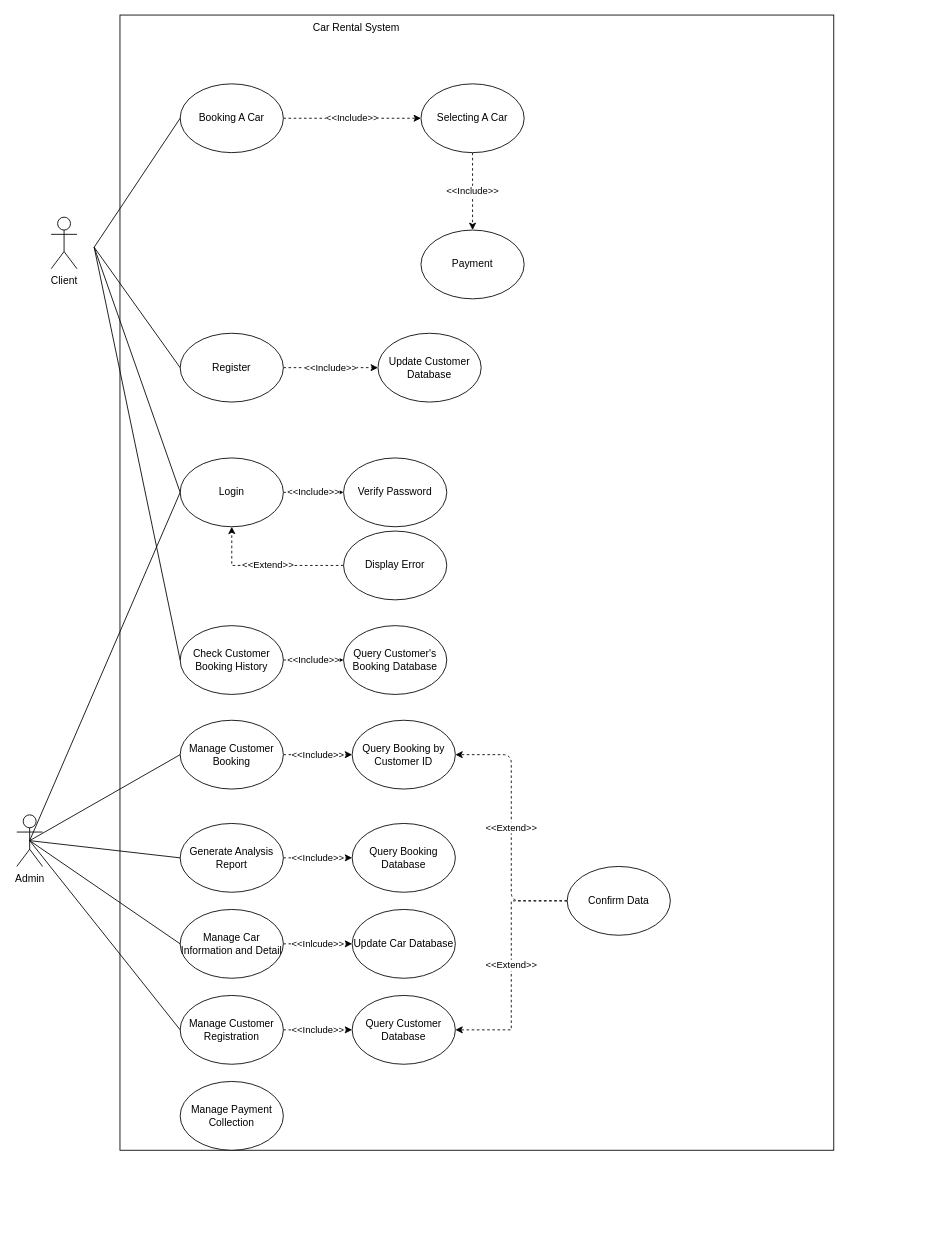
Above: resources/useCaseDiagram.drawio in keyboard-jo/java-project (draw.io), before the change. Source tidied: cells renumbered, new cells numbered last; positions are measured from the earlier drawing's top-left corner, leaving out a move shared by most shapes. Both pictures are drawn from the tidied source at 86%, with x=0, y=0 at pixel (16, 15).
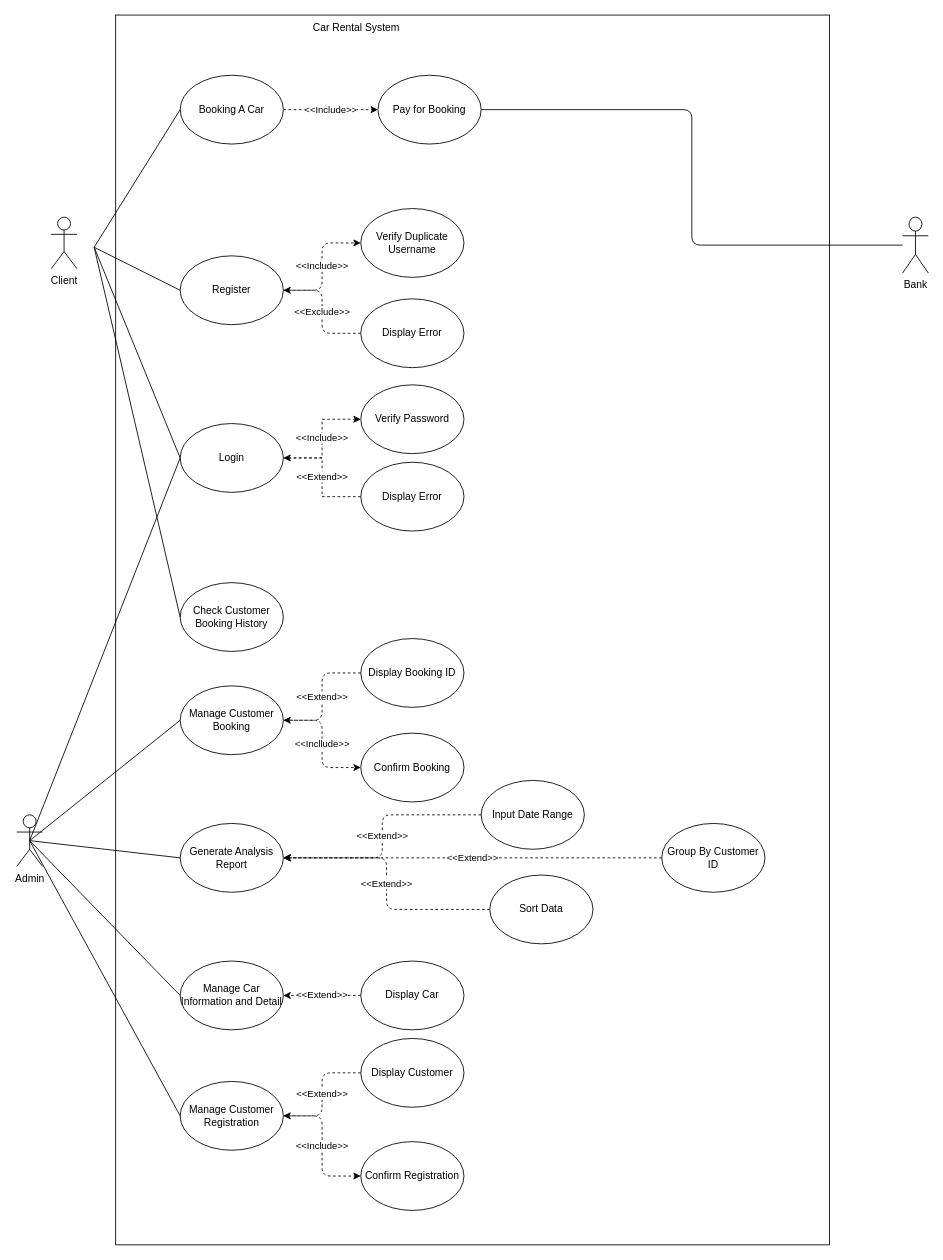
The same diagram, later.

Commit message (it also covers changes not shown here):
update usecasediagram and car database

The change refers to these unchanged cells:
```xml
<mxCell id="24" value="Generate Analysis Report" style="ellipse;whiteSpace=wrap;html=1;" parent="1" vertex="1">
  <mxGeometry x="190" y="940" width="120" height="80" as="geometry" />
</mxCell>
```

Diff of the diagram source:
```diff
@@
     <mxCell id="2" style="rounded=0;whiteSpace=wrap;html=1;" parent="1" vertex="1">
-      <mxGeometry x="120" width="830" height="1320" as="geometry" />
+      <mxGeometry x="115" width="830" height="1430" as="geometry" />
     </mxCell>
@@
-    <mxCell id="4" value="&amp;lt;&amp;lt;Include&amp;gt;&amp;gt;" style="edgeStyle=orthogonalEdgeStyle;rounded=0;jettySize=auto;html=1;dashed=1;startArrow=none;startFill=0;endArrow=classic;endFill=1;" parent="1" edge="1" source="5" target="46">
-      <mxGeometry relative="1" as="geometry" />
-    </mxCell>
+    <mxCell id="47" value="&amp;lt;&amp;lt;Include&amp;gt;&amp;gt;" style="edgeStyle=orthogonalEdgeStyle;html=1;entryX=0;entryY=0.5;entryDx=0;entryDy=0;dashed=1;" parent="1" edge="1" source="5" target="54">
+      <mxGeometry relative="1" as="geometry" />
+    </mxCell>
     <mxCell id="5" value="Register" style="ellipse;whiteSpace=wrap;html=1;" parent="1" vertex="1">
-      <mxGeometry x="190" y="370" width="120" height="80" as="geometry" />
+      <mxGeometry x="190" y="280" width="120" height="80" as="geometry" />
     </mxCell>
@@
     <mxCell id="7" value="Login" style="ellipse;whiteSpace=wrap;html=1;" parent="1" vertex="1">
-      <mxGeometry x="190" y="515" width="120" height="80" as="geometry" />
+      <mxGeometry x="190" y="475" width="120" height="80" as="geometry" />
     </mxCell>
-    <mxCell id="8" value="&amp;lt;&amp;lt;Include&amp;gt;&amp;gt;" style="edgeStyle=orthogonalEdgeStyle;rounded=0;jettySize=auto;html=1;entryX=0;entryY=0.5;entryDx=0;entryDy=0;dashed=1;startArrow=none;startFill=0;endArrow=classic;endFill=1;" parent="1" edge="1" source="9" target="18">
-      <mxGeometry relative="1" as="geometry" />
-    </mxCell>
+    <mxCell id="48" value="&amp;lt;&amp;lt;Include&amp;gt;&amp;gt;" style="edgeStyle=none;html=1;entryX=0;entryY=0.5;entryDx=0;entryDy=0;dashed=1;" parent="1" edge="1" source="9" target="69">
+      <mxGeometry relative="1" as="geometry" />
+    </mxCell>
     <mxCell id="9" value="Booking A Car" style="ellipse;whiteSpace=wrap;html=1;" parent="1" vertex="1">
-      <mxGeometry x="190" y="80" width="120" height="80" as="geometry" />
+      <mxGeometry x="190" y="70" width="120" height="80" as="geometry" />
     </mxCell>
-    <mxCell id="10" value="Payment" style="ellipse;whiteSpace=wrap;html=1;" parent="1" vertex="1">
-      <mxGeometry x="470" y="250" width="120" height="80" as="geometry" />
-    </mxCell>
-    <mxCell id="11" value="&amp;lt;&amp;lt;Inlcude&amp;gt;&amp;gt;" style="edgeStyle=orthogonalEdgeStyle;rounded=0;jettySize=auto;html=1;dashed=1;startArrow=none;startFill=0;endArrow=classic;endFill=1;" parent="1" edge="1" source="12" target="41">
-      <mxGeometry relative="1" as="geometry" />
-    </mxCell>
     <mxCell id="12" value="Manage Car Information and Detail" style="ellipse;whiteSpace=wrap;html=1;" parent="1" vertex="1">
-      <mxGeometry x="190" y="1040" width="120" height="80" as="geometry" />
+      <mxGeometry x="190" y="1100" width="120" height="80" as="geometry" />
     </mxCell>
@@
     <mxCell id="16" value="Verify Password" style="ellipse;whiteSpace=wrap;html=1;" parent="1" vertex="1">
-      <mxGeometry x="380" y="515" width="120" height="80" as="geometry" />
+      <mxGeometry x="400" y="430" width="120" height="80" as="geometry" />
     </mxCell>
-    <mxCell id="17" value="&amp;lt;&amp;lt;Include&amp;gt;&amp;gt;" style="edgeStyle=orthogonalEdgeStyle;rounded=0;jettySize=auto;html=1;entryX=0.5;entryY=0;entryDx=0;entryDy=0;dashed=1;startArrow=none;startFill=0;endArrow=classic;endFill=1;" parent="1" edge="1" source="18" target="10">
-      <mxGeometry relative="1" as="geometry" />
-    </mxCell>
-    <mxCell id="18" value="Selecting A Car" style="ellipse;whiteSpace=wrap;html=1;" parent="1" vertex="1">
-      <mxGeometry x="470" y="80" width="120" height="80" as="geometry" />
-    </mxCell>
@@
-    <mxCell id="21" value="&amp;lt;&amp;lt;Include&amp;gt;&amp;gt;" style="edgeStyle=orthogonalEdgeStyle;rounded=0;jettySize=auto;html=1;entryX=0;entryY=0.5;entryDx=0;entryDy=0;startArrow=none;startFill=0;endArrow=classic;endFill=1;dashed=1;" parent="1" edge="1" source="22" target="38">
-      <mxGeometry relative="1" as="geometry" />
-    </mxCell>
     <mxCell id="22" value="Check Customer Booking History" style="ellipse;whiteSpace=wrap;html=1;" parent="1" vertex="1">
-      <mxGeometry x="190" y="710" width="120" height="80" as="geometry" />
+      <mxGeometry x="190" y="660" width="120" height="80" as="geometry" />
     </mxCell>
-    <mxCell id="23" value="&amp;lt;&amp;lt;Include&amp;gt;&amp;gt;" style="edgeStyle=orthogonalEdgeStyle;rounded=0;jettySize=auto;html=1;entryX=0;entryY=0.5;entryDx=0;entryDy=0;dashed=1;startArrow=none;startFill=0;endArrow=classic;endFill=1;" parent="1" edge="1" source="24" target="40">
-      <mxGeometry relative="1" as="geometry" />
-    </mxCell>
@@
-    <mxCell id="27" value="&amp;lt;&amp;lt;Include&amp;gt;&amp;gt;" style="edgeStyle=orthogonalEdgeStyle;rounded=0;jettySize=auto;html=1;dashed=1;startArrow=none;startFill=0;endArrow=classic;endFill=1;" parent="1" edge="1" source="28" target="39">
-      <mxGeometry relative="1" as="geometry" />
-    </mxCell>
+    <mxCell id="49" value="&amp;lt;&amp;lt;Incllude&amp;gt;&amp;gt;" style="edgeStyle=orthogonalEdgeStyle;html=1;entryX=0;entryY=0.5;entryDx=0;entryDy=0;dashed=1;" parent="1" edge="1" source="28" target="51">
+      <mxGeometry relative="1" as="geometry" />
+    </mxCell>
     <mxCell id="28" value="Manage Customer Booking" style="ellipse;whiteSpace=wrap;html=1;" parent="1" vertex="1">
-      <mxGeometry x="190" y="820" width="120" height="80" as="geometry" />
+      <mxGeometry x="190" y="780" width="120" height="80" as="geometry" />
     </mxCell>
-    <mxCell id="29" value="&amp;lt;&amp;lt;Include&amp;gt;&amp;gt;" style="edgeStyle=orthogonalEdgeStyle;rounded=0;jettySize=auto;html=1;dashed=1;startArrow=none;startFill=0;endArrow=classic;endFill=1;" parent="1" edge="1" source="30" target="42">
-      <mxGeometry relative="1" as="geometry" />
-    </mxCell>
+    <mxCell id="50" value="&amp;lt;&amp;lt;Include&amp;gt;&amp;gt;" style="edgeStyle=orthogonalEdgeStyle;html=1;entryX=0;entryY=0.5;entryDx=0;entryDy=0;dashed=1;" parent="1" edge="1" source="30" target="45">
+      <mxGeometry relative="1" as="geometry" />
+    </mxCell>
     <mxCell id="30" value="Manage Customer Registration" style="ellipse;whiteSpace=wrap;html=1;" parent="1" vertex="1">
-      <mxGeometry x="190" y="1140" width="120" height="80" as="geometry" />
+      <mxGeometry x="190" y="1240" width="120" height="80" as="geometry" />
     </mxCell>
-    <mxCell id="31" value="Manage Payment Collection" style="ellipse;whiteSpace=wrap;html=1;" parent="1" vertex="1">
-      <mxGeometry x="190" y="1240" width="120" height="80" as="geometry" />
-    </mxCell>
@@
-    <mxCell id="34" value="&amp;lt;&amp;lt;Extend&amp;gt;&amp;gt;" style="edgeStyle=orthogonalEdgeStyle;rounded=0;jettySize=auto;html=1;entryX=0.5;entryY=1;entryDx=0;entryDy=0;dashed=1;startArrow=none;startFill=0;endArrow=classic;endFill=1;" parent="1" edge="1" source="35" target="7">
+    <mxCell id="34" value="&amp;lt;&amp;lt;Extend&amp;gt;&amp;gt;" style="edgeStyle=orthogonalEdgeStyle;rounded=0;jettySize=auto;html=1;entryX=1;entryY=0.5;entryDx=0;entryDy=0;dashed=1;startArrow=none;startFill=0;endArrow=classic;endFill=1;" parent="1" edge="1" source="35" target="7">
       <mxGeometry relative="1" as="geometry" />
     </mxCell>
     <mxCell id="35" value="Display Error" style="ellipse;whiteSpace=wrap;html=1;" parent="1" vertex="1">
-      <mxGeometry x="380" y="600" width="120" height="80" as="geometry" />
+      <mxGeometry x="400" y="520" width="120" height="80" as="geometry" />
     </mxCell>
@@
-    <mxCell id="38" value="Query Customer's Booking Database" style="ellipse;whiteSpace=wrap;html=1;" parent="1" vertex="1">
-      <mxGeometry x="380" y="710" width="120" height="80" as="geometry" />
-    </mxCell>
-    <mxCell id="39" value="Query Booking by Customer ID" style="ellipse;whiteSpace=wrap;html=1;" parent="1" vertex="1">
-      <mxGeometry x="390" y="820" width="120" height="80" as="geometry" />
-    </mxCell>
-    <mxCell id="40" value="Query Booking Database" style="ellipse;whiteSpace=wrap;html=1;" parent="1" vertex="1">
-      <mxGeometry x="390" y="940" width="120" height="80" as="geometry" />
-    </mxCell>
-    <mxCell id="41" value="Update Car Database" style="ellipse;whiteSpace=wrap;html=1;" parent="1" vertex="1">
-      <mxGeometry x="390" y="1040" width="120" height="80" as="geometry" />
-    </mxCell>
-    <mxCell id="42" value="Query Customer Database" style="ellipse;whiteSpace=wrap;html=1;" parent="1" vertex="1">
-      <mxGeometry x="390" y="1140" width="120" height="80" as="geometry" />
-    </mxCell>
-    <mxCell id="43" value="&amp;lt;&amp;lt;Extend&amp;gt;&amp;gt;" style="edgeStyle=orthogonalEdgeStyle;rounded=0;jettySize=auto;html=1;entryX=1;entryY=0.5;entryDx=0;entryDy=0;dashed=1;startArrow=none;startFill=0;endArrow=classic;endFill=1;" parent="1" edge="1" source="45" target="42">
-      <mxGeometry relative="1" as="geometry" />
-    </mxCell>
-    <mxCell id="44" value="&amp;lt;&amp;lt;Extend&amp;gt;&amp;gt;" style="edgeStyle=orthogonalEdgeStyle;html=1;entryX=1;entryY=0.5;entryDx=0;entryDy=0;dashed=1;" parent="1" edge="1" source="45" target="39">
-      <mxGeometry relative="1" as="geometry" />
-    </mxCell>
-    <mxCell id="45" value="Confirm Data" style="ellipse;whiteSpace=wrap;html=1;" parent="1" vertex="1">
-      <mxGeometry x="640" y="990" width="120" height="80" as="geometry" />
+    <mxCell id="45" value="Confirm Registration" style="ellipse;whiteSpace=wrap;html=1;" parent="1" vertex="1">
+      <mxGeometry x="400" y="1310" width="120" height="80" as="geometry" />
     </mxCell>
-    <mxCell id="46" value="Update Customer Database" style="ellipse;whiteSpace=wrap;html=1;" parent="1" vertex="1">
-      <mxGeometry x="420" y="370" width="120" height="80" as="geometry" />
-    </mxCell>
+    <mxCell id="51" value="Confirm Booking" style="ellipse;whiteSpace=wrap;html=1;" parent="1" vertex="1">
+      <mxGeometry x="400" y="835" width="120" height="80" as="geometry" />
+    </mxCell>
+    <mxCell id="52" value="&amp;lt;&amp;lt;Extend&amp;gt;&amp;gt;" style="edgeStyle=orthogonalEdgeStyle;html=1;entryX=1;entryY=0.5;entryDx=0;entryDy=0;dashed=1;" parent="1" edge="1" source="53" target="28">
+      <mxGeometry relative="1" as="geometry" />
+    </mxCell>
+    <mxCell id="53" value="Display Booking ID" style="ellipse;whiteSpace=wrap;html=1;" parent="1" vertex="1">
+      <mxGeometry x="400" y="725" width="120" height="80" as="geometry" />
+    </mxCell>
+    <mxCell id="54" value="Verify Duplicate Username" style="ellipse;whiteSpace=wrap;html=1;" parent="1" vertex="1">
+      <mxGeometry x="400" y="225" width="120" height="80" as="geometry" />
+    </mxCell>
+    <mxCell id="55" value="&amp;lt;&amp;lt;Exclude&amp;gt;&amp;gt;" style="edgeStyle=orthogonalEdgeStyle;html=1;entryX=1;entryY=0.5;entryDx=0;entryDy=0;dashed=1;" parent="1" edge="1" source="56" target="5">
+      <mxGeometry relative="1" as="geometry" />
+    </mxCell>
+    <mxCell id="56" value="Display Error" style="ellipse;whiteSpace=wrap;html=1;" parent="1" vertex="1">
+      <mxGeometry x="400" y="330" width="120" height="80" as="geometry" />
+    </mxCell>
+    <mxCell id="57" value="&amp;lt;&amp;lt;Extend&amp;gt;&amp;gt;" style="edgeStyle=orthogonalEdgeStyle;html=1;entryX=1;entryY=0.5;entryDx=0;entryDy=0;dashed=1;" parent="1" edge="1" source="58" target="30">
+      <mxGeometry relative="1" as="geometry" />
+    </mxCell>
+    <mxCell id="58" value="Display Customer" style="ellipse;whiteSpace=wrap;html=1;" parent="1" vertex="1">
+      <mxGeometry x="400" y="1190" width="120" height="80" as="geometry" />
+    </mxCell>
+    <mxCell id="59" style="edgeStyle=orthogonalEdgeStyle;html=1;entryX=1;entryY=0.5;entryDx=0;entryDy=0;endArrow=none;endFill=0;" parent="1" edge="1" source="60" target="69">
+      <mxGeometry relative="1" as="geometry" />
+    </mxCell>
+    <mxCell id="60" value="Bank" style="shape=umlActor;verticalLabelPosition=bottom;verticalAlign=top;html=1;outlineConnect=0;" parent="1" vertex="1">
+      <mxGeometry x="1030" y="235" width="30" height="65" as="geometry" />
+    </mxCell>
+    <mxCell id="61" value="&amp;lt;&amp;lt;Extend&amp;gt;&amp;gt;" style="edgeStyle=orthogonalEdgeStyle;html=1;entryX=1;entryY=0.5;entryDx=0;entryDy=0;dashed=1;" parent="1" edge="1" source="62" target="12">
+      <mxGeometry relative="1" as="geometry" />
+    </mxCell>
+    <mxCell id="62" value="Display Car" style="ellipse;whiteSpace=wrap;html=1;" parent="1" vertex="1">
+      <mxGeometry x="400" y="1100" width="120" height="80" as="geometry" />
+    </mxCell>
+    <mxCell id="63" value="&amp;lt;&amp;lt;Extend&amp;gt;&amp;gt;" style="edgeStyle=orthogonalEdgeStyle;html=1;dashed=1;" parent="1" edge="1" source="64" target="24">
+      <mxGeometry relative="1" as="geometry" />
+    </mxCell>
+    <mxCell id="64" value="Input Date Range" style="ellipse;whiteSpace=wrap;html=1;" parent="1" vertex="1">
+      <mxGeometry x="540" y="890" width="120" height="80" as="geometry" />
+    </mxCell>
+    <mxCell id="65" value="&amp;lt;&amp;lt;Extend&amp;gt;&amp;gt;" style="edgeStyle=orthogonalEdgeStyle;html=1;entryX=1;entryY=0.5;entryDx=0;entryDy=0;dashed=1;" parent="1" edge="1" source="66" target="24">
+      <mxGeometry relative="1" as="geometry" />
+    </mxCell>
+    <mxCell id="66" value="Group By Customer ID" style="ellipse;whiteSpace=wrap;html=1;" parent="1" vertex="1">
+      <mxGeometry x="750" y="940" width="120" height="80" as="geometry" />
+    </mxCell>
+    <mxCell id="67" value="&amp;lt;&amp;lt;Extend&amp;gt;&amp;gt;" style="edgeStyle=orthogonalEdgeStyle;html=1;entryX=1;entryY=0.5;entryDx=0;entryDy=0;dashed=1;" parent="1" edge="1" source="68" target="24">
+      <mxGeometry relative="1" as="geometry" />
+    </mxCell>
+    <mxCell id="68" value="Sort Data" style="ellipse;whiteSpace=wrap;html=1;" parent="1" vertex="1">
+      <mxGeometry x="550" y="1000" width="120" height="80" as="geometry" />
+    </mxCell>
+    <mxCell id="69" value="Pay for Booking" style="ellipse;whiteSpace=wrap;html=1;" parent="1" vertex="1">
+      <mxGeometry x="420" y="70" width="120" height="80" as="geometry" />
+    </mxCell>
```
